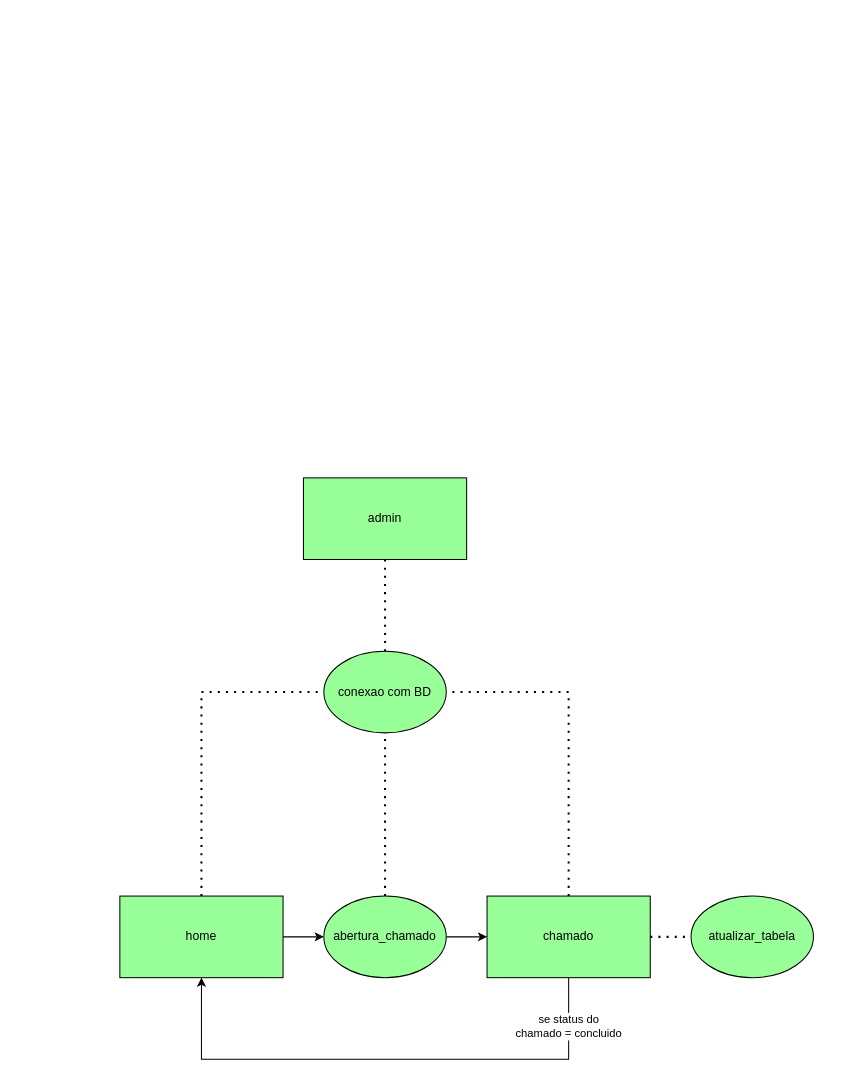
This is algoritimo_diagrama/Diagrama sem nome.drawio from Estevaoferreira/chamados_ti, a draw.io file, before an edit. Source tidied: cells renumbered, new cells numbered last; positions are measured from the earlier drawing's top-left corner, leaving out a move shared by most shapes. Both pictures are drawn from the tidied source at 102%, with x=0, y=0 at pixel (119, 477).
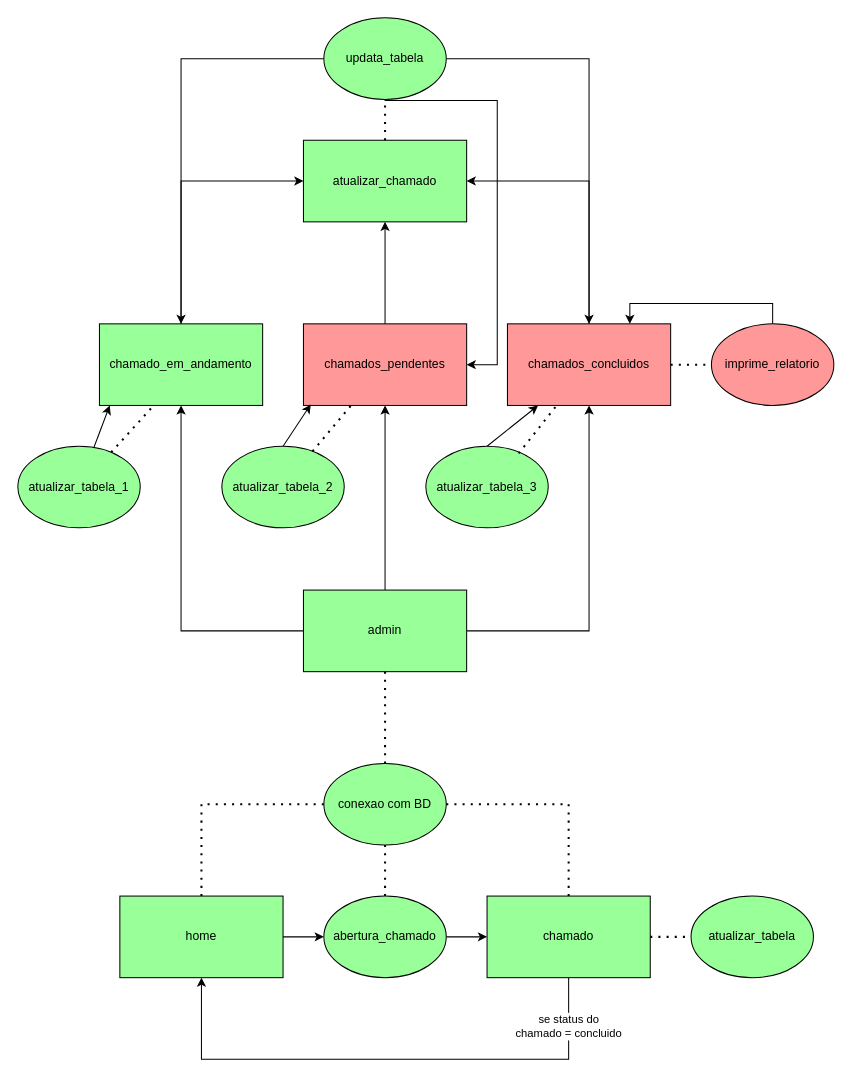
The same page after the edit.

The change refers to these unchanged cells:
```xml
<mxCell id="3" value="home" style="rounded=0;whiteSpace=wrap;html=1;fillColor=#99FF99;" parent="1" vertex="1">
  <mxGeometry y="410" width="160" height="80" as="geometry" />
</mxCell>
<mxCell id="6" value="chamado" style="rounded=0;whiteSpace=wrap;html=1;fillColor=#99FF99;" parent="1" vertex="1">
  <mxGeometry x="360" y="410" width="160" height="80" as="geometry" />
</mxCell>
```

Change to the diagram source:
```diff
@@
     <mxCell id="9" value="conexao com BD" style="ellipse;whiteSpace=wrap;html=1;rounded=0;fillColor=#99FF99;" parent="1" vertex="1">
-      <mxGeometry x="200" y="170" width="120" height="80" as="geometry" />
+      <mxGeometry x="200" y="280" width="120" height="80" as="geometry" />
     </mxCell>
@@
     <mxCell id="11" style="endArrow=none;dashed=1;html=1;dashPattern=1 3;strokeWidth=2;rounded=0;exitX=0.5;exitY=0;exitDx=0;exitDy=0;entryX=0;entryY=0.5;entryDx=0;entryDy=0;" parent="1" edge="1" source="3" target="9">
       <mxGeometry relative="1" as="geometry">
         <Array as="points">
-          <mxPoint x="80" y="210" />
+          <mxPoint x="80" y="320" />
         </Array>
       </mxGeometry>
     </mxCell>
-    <mxCell id="12" style="endArrow=none;dashed=1;html=1;dashPattern=1 3;strokeWidth=2;rounded=0;exitX=0.5;exitY=0;exitDx=0;exitDy=0;" parent="1" edge="1" target="9">
+    <mxCell id="12" style="endArrow=none;dashed=1;html=1;dashPattern=1 3;strokeWidth=2;rounded=0;" parent="1" edge="1" target="9">
       <mxGeometry relative="1" as="geometry">
         <mxPoint x="260" y="410" as="sourcePoint" />
       </mxGeometry>
     </mxCell>
     <mxCell id="13" style="endArrow=none;dashed=1;html=1;dashPattern=1 3;strokeWidth=2;rounded=0;exitX=0.5;exitY=0;exitDx=0;exitDy=0;entryX=1;entryY=0.5;entryDx=0;entryDy=0;" parent="1" edge="1" source="6" target="9">
       <mxGeometry relative="1" as="geometry">
         <Array as="points">
-          <mxPoint x="440" y="210" />
+          <mxPoint x="440" y="320" />
         </Array>
       </mxGeometry>
     </mxCell>
@@
+    <mxCell id="17" style="edgeStyle=orthogonalEdgeStyle;rounded=0;jettySize=auto;html=1;entryX=0.5;entryY=1;entryDx=0;entryDy=0;" parent="1" edge="1" source="15" target="21">
+      <mxGeometry relative="1" as="geometry" />
+    </mxCell>
+    <mxCell id="18" style="edgeStyle=orthogonalEdgeStyle;rounded=0;jettySize=auto;html=1;exitX=0.5;exitY=0;exitDx=0;exitDy=0;entryX=0.5;entryY=1;entryDx=0;entryDy=0;" parent="1" edge="1" source="15" target="23">
+      <mxGeometry relative="1" as="geometry" />
+    </mxCell>
+    <mxCell id="19" style="edgeStyle=orthogonalEdgeStyle;rounded=0;jettySize=auto;html=1;entryX=0.5;entryY=1;entryDx=0;entryDy=0;" parent="1" edge="1" source="15" target="25">
+      <mxGeometry relative="1" as="geometry" />
+    </mxCell>
     <mxCell id="15" value="admin" style="rounded=0;whiteSpace=wrap;html=1;fillColor=#99FF99;" parent="1" vertex="1">
-      <mxGeometry x="180" width="160" height="80" as="geometry" />
+      <mxGeometry x="180" y="110" width="160" height="80" as="geometry" />
     </mxCell>
@@
+    <mxCell id="20" style="edgeStyle=orthogonalEdgeStyle;rounded=0;jettySize=auto;html=1;exitX=0.5;exitY=0;exitDx=0;exitDy=0;entryX=0;entryY=0.5;entryDx=0;entryDy=0;" parent="1" edge="1" source="21" target="38">
+      <mxGeometry relative="1" as="geometry" />
+    </mxCell>
+    <mxCell id="21" value="chamado_em_andamento" style="rounded=0;whiteSpace=wrap;html=1;fillColor=#99FF99;" parent="1" vertex="1">
+      <mxGeometry x="-20" y="-151" width="160" height="80" as="geometry" />
+    </mxCell>
+    <mxCell id="22" style="edgeStyle=orthogonalEdgeStyle;rounded=0;jettySize=auto;html=1;exitX=0.5;exitY=0;exitDx=0;exitDy=0;" parent="1" edge="1" source="23" target="38">
+      <mxGeometry relative="1" as="geometry" />
+    </mxCell>
+    <mxCell id="23" value="chamados_pendentes" style="rounded=0;whiteSpace=wrap;html=1;fillColor=#FF9999;" parent="1" vertex="1">
+      <mxGeometry x="180" y="-151" width="160" height="80" as="geometry" />
+    </mxCell>
+    <mxCell id="24" style="edgeStyle=orthogonalEdgeStyle;rounded=0;jettySize=auto;html=1;entryX=1;entryY=0.5;entryDx=0;entryDy=0;" parent="1" edge="1" source="25" target="38">
+      <mxGeometry relative="1" as="geometry">
+        <Array as="points">
+          <mxPoint x="460" y="-291" />
+        </Array>
+      </mxGeometry>
+    </mxCell>
+    <mxCell id="25" value="chamados_concluidos" style="rounded=0;whiteSpace=wrap;html=1;fillColor=#FF9999;" parent="1" vertex="1">
+      <mxGeometry x="380" y="-151" width="160" height="80" as="geometry" />
+    </mxCell>
+    <mxCell id="26" style="rounded=0;jettySize=auto;html=1;exitX=0.5;exitY=0;exitDx=0;exitDy=0;entryX=0.045;entryY=0.987;entryDx=0;entryDy=0;entryPerimeter=0;" parent="1" edge="1" source="27" target="23">
+      <mxGeometry relative="1" as="geometry" />
+    </mxCell>
+    <mxCell id="27" value="atualizar_tabela_2" style="ellipse;whiteSpace=wrap;html=1;rounded=0;fillColor=#99FF99;" parent="1" vertex="1">
+      <mxGeometry x="100" y="-31" width="120" height="80" as="geometry" />
+    </mxCell>
+    <mxCell id="28" style="rounded=0;jettySize=auto;html=1;exitX=0.5;exitY=0;exitDx=0;exitDy=0;" parent="1" edge="1" source="29" target="25">
+      <mxGeometry relative="1" as="geometry" />
+    </mxCell>
+    <mxCell id="29" value="atualizar_tabela_3" style="ellipse;whiteSpace=wrap;html=1;rounded=0;fillColor=#99FF99;" parent="1" vertex="1">
+      <mxGeometry x="300" y="-31" width="120" height="80" as="geometry" />
+    </mxCell>
+    <mxCell id="30" style="rounded=0;jettySize=auto;html=1;entryX=0.063;entryY=1;entryDx=0;entryDy=0;entryPerimeter=0;" parent="1" edge="1" source="31" target="21">
+      <mxGeometry relative="1" as="geometry" />
+    </mxCell>
+    <mxCell id="31" value="atualizar_tabela_1" style="ellipse;whiteSpace=wrap;html=1;rounded=0;fillColor=#99FF99;" parent="1" vertex="1">
+      <mxGeometry x="-100" y="-31" width="120" height="80" as="geometry" />
+    </mxCell>
+    <mxCell id="32" style="edgeStyle=orthogonalEdgeStyle;rounded=0;jettySize=auto;html=1;entryX=0.75;entryY=0;entryDx=0;entryDy=0;fillColor=#FF9999;" parent="1" edge="1" source="33" target="25">
+      <mxGeometry relative="1" as="geometry">
+        <Array as="points">
+          <mxPoint x="640" y="-171" />
+          <mxPoint x="500" y="-171" />
+        </Array>
+      </mxGeometry>
+    </mxCell>
+    <mxCell id="33" value="imprime_relatorio" style="ellipse;whiteSpace=wrap;html=1;fillColor=#FF9999;rounded=0;" parent="1" vertex="1">
+      <mxGeometry x="580" y="-151" width="120" height="80" as="geometry" />
+    </mxCell>
+    <mxCell id="34" style="endArrow=none;dashed=1;html=1;dashPattern=1 3;strokeWidth=2;rounded=0;fillColor=#FF9999;" parent="1" edge="1" source="25" target="33">
+      <mxGeometry relative="1" as="geometry" />
+    </mxCell>
+    <mxCell id="35" style="endArrow=none;dashed=1;html=1;dashPattern=1 3;strokeWidth=2;rounded=0;entryX=0.338;entryY=0.988;entryDx=0;entryDy=0;entryPerimeter=0;" parent="1" edge="1" source="31" target="21">
+      <mxGeometry relative="1" as="geometry" />
+    </mxCell>
+    <mxCell id="36" style="endArrow=none;dashed=1;html=1;dashPattern=1 3;strokeWidth=2;rounded=0;" parent="1" edge="1" source="27" target="23">
+      <mxGeometry relative="1" as="geometry" />
+    </mxCell>
+    <mxCell id="37" style="endArrow=none;dashed=1;html=1;dashPattern=1 3;strokeWidth=2;rounded=0;exitX=0.758;exitY=0.088;exitDx=0;exitDy=0;exitPerimeter=0;" parent="1" edge="1" source="29" target="25">
+      <mxGeometry relative="1" as="geometry" />
+    </mxCell>
+    <mxCell id="38" value="atualizar_chamado" style="rounded=0;whiteSpace=wrap;html=1;fillColor=#99FF99;" parent="1" vertex="1">
+      <mxGeometry x="180" y="-331" width="160" height="80" as="geometry" />
+    </mxCell>
+    <mxCell id="39" style="edgeStyle=orthogonalEdgeStyle;rounded=0;jettySize=auto;html=1;exitX=0;exitY=0.5;exitDx=0;exitDy=0;" parent="1" edge="1" source="42" target="21">
+      <mxGeometry relative="1" as="geometry" />
+    </mxCell>
+    <mxCell id="40" style="edgeStyle=orthogonalEdgeStyle;rounded=0;jettySize=auto;html=1;exitX=1;exitY=0.5;exitDx=0;exitDy=0;" parent="1" edge="1" source="42" target="25">
+      <mxGeometry relative="1" as="geometry" />
+    </mxCell>
+    <mxCell id="41" style="edgeStyle=orthogonalEdgeStyle;rounded=0;jettySize=auto;html=1;exitX=0.5;exitY=1;exitDx=0;exitDy=0;" parent="1" edge="1" source="42" target="23">
+      <mxGeometry relative="1" as="geometry">
+        <Array as="points">
+          <mxPoint x="370" y="-370" />
+          <mxPoint x="370" y="-111" />
+        </Array>
+      </mxGeometry>
+    </mxCell>
+    <mxCell id="42" value="updata_tabela" style="ellipse;whiteSpace=wrap;html=1;rounded=0;fillColor=#99FF99;" parent="1" vertex="1">
+      <mxGeometry x="200" y="-451" width="120" height="80" as="geometry" />
+    </mxCell>
+    <mxCell id="43" style="endArrow=none;dashed=1;html=1;dashPattern=1 3;strokeWidth=2;rounded=0;exitX=0.5;exitY=0;exitDx=0;exitDy=0;" parent="1" edge="1" source="38" target="42">
+      <mxGeometry relative="1" as="geometry" />
+    </mxCell>
```
